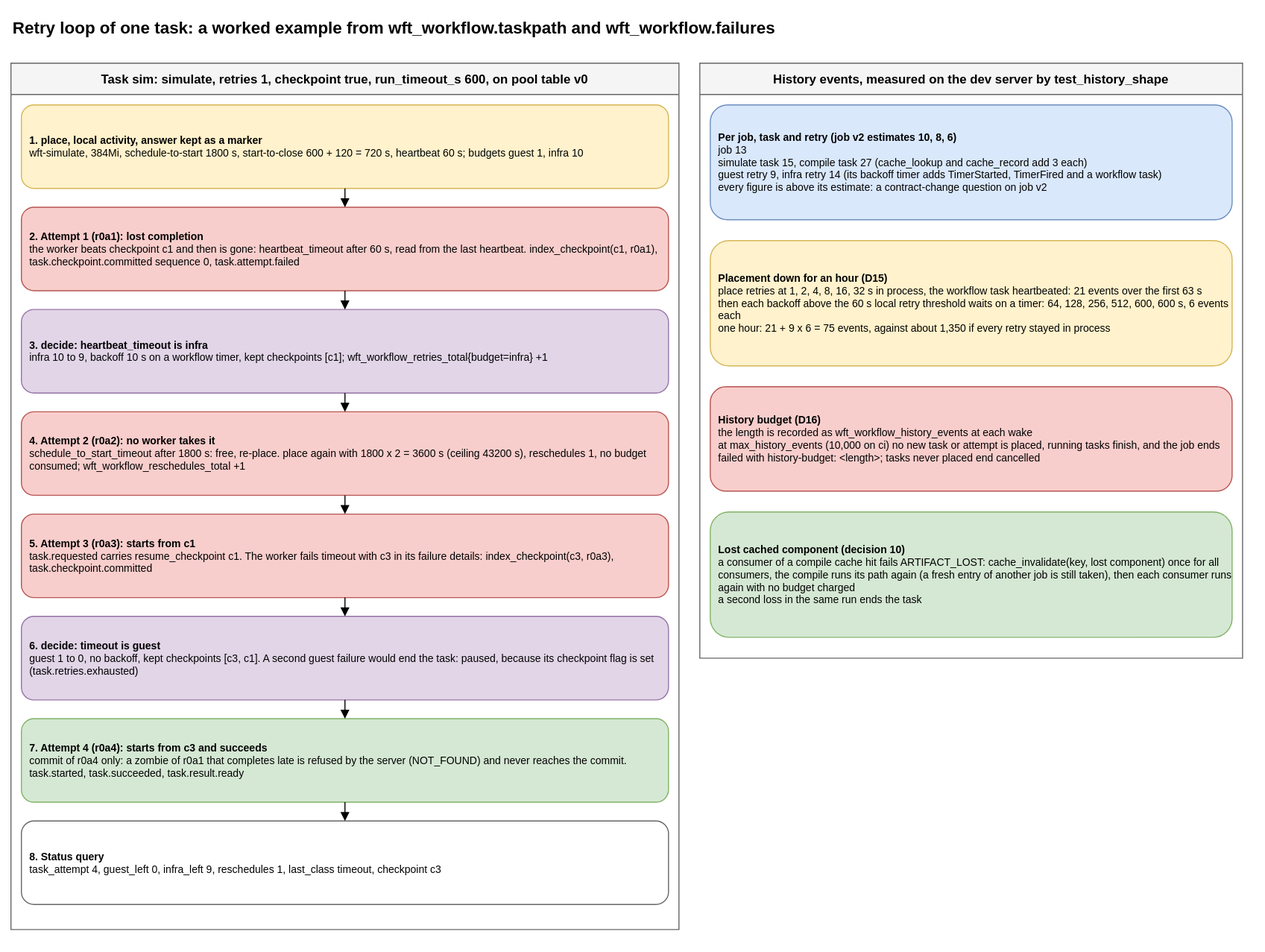
This is packages/workflow/retry-loop.drawio.svg from AndoNorth/disyard, a draw.io export, as it was before one commit. Source tidied: cells renumbered, new cells last; positions are measured from the earlier drawing's top-left corner, leaving out a move shared by most shapes.
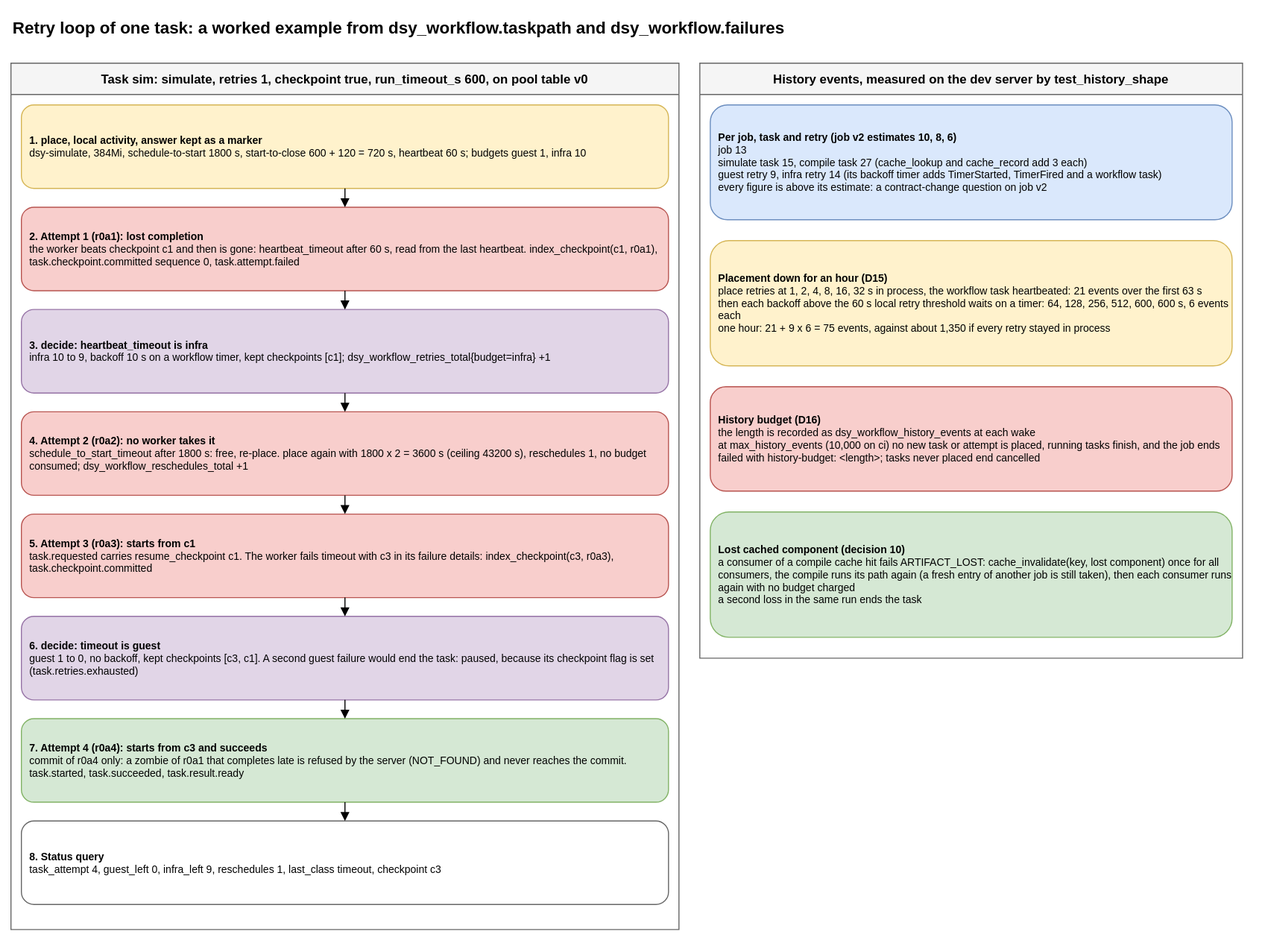
After the change.

What changed in the source:
```diff
@@ -2,13 +2,13 @@
   <root>
     <mxCell id="0" />
     <mxCell id="1" parent="0" />
-    <mxCell id="2" value="Retry loop of one task: a worked example from wft_workflow.taskpath and wft_workflow.failures" style="text;html=1;fontSize=16;fontStyle=1;align=left;" parent="1" vertex="1">
+    <mxCell id="2" value="Retry loop of one task: a worked example from dsy_workflow.taskpath and dsy_workflow.failures" style="text;html=1;fontSize=16;fontStyle=1;align=left;" parent="1" vertex="1">
       <mxGeometry width="1180" height="30" as="geometry" />
     </mxCell>
     <mxCell id="3" value="Task sim: simulate, retries 1, checkpoint true, run_timeout_s 600, on pool table v0" style="swimlane;startSize=30;fillColor=#f5f5f5;strokeColor=#666666;fontStyle=1;" parent="1" vertex="1">
       <mxGeometry y="50" width="640" height="830" as="geometry" />
     </mxCell>
-    <mxCell id="4" value="&lt;b&gt;1. place, local activity, answer kept as a marker&lt;/b&gt;&lt;br&gt;wft-simulate, 384Mi, schedule-to-start 1800 s, start-to-close 600 + 120 = 720 s, heartbeat 60 s; budgets guest 1, infra 10" style="rounded=1;whiteSpace=wrap;html=1;fillColor=#fff2cc;strokeColor=#d6b656;fontSize=10;align=left;spacingLeft=6;" parent="3" vertex="1">
+    <mxCell id="4" value="&lt;b&gt;1. place, local activity, answer kept as a marker&lt;/b&gt;&lt;br&gt;dsy-simulate, 384Mi, schedule-to-start 1800 s, start-to-close 600 + 120 = 720 s, heartbeat 60 s; budgets guest 1, infra 10" style="rounded=1;whiteSpace=wrap;html=1;fillColor=#fff2cc;strokeColor=#d6b656;fontSize=10;align=left;spacingLeft=6;" parent="3" vertex="1">
       <mxGeometry x="10" y="40" width="620" height="80" as="geometry" />
     </mxCell>
     <mxCell id="5" value="&lt;b&gt;2. Attempt 1 (r0a1): lost completion&lt;/b&gt;&lt;br&gt;the worker beats checkpoint c1 and then is gone: heartbeat_timeout after 60 s, read from the last heartbeat. index_checkpoint(c1, r0a1), task.checkpoint.committed sequence 0, task.attempt.failed" style="rounded=1;whiteSpace=wrap;html=1;fillColor=#f8cecc;strokeColor=#b85450;fontSize=10;align=left;spacingLeft=6;" parent="3" vertex="1">
@@ -17,13 +17,13 @@
     <mxCell id="6" style="endArrow=block;html=1;" parent="3" edge="1" source="4" target="5">
       <mxGeometry relative="1" as="geometry" />
     </mxCell>
-    <mxCell id="7" value="&lt;b&gt;3. decide: heartbeat_timeout is infra&lt;/b&gt;&lt;br&gt;infra 10 to 9, backoff 10 s on a workflow timer, kept checkpoints [c1]; wft_workflow_retries_total{budget=infra} +1" style="rounded=1;whiteSpace=wrap;html=1;fillColor=#e1d5e7;strokeColor=#9673a6;fontSize=10;align=left;spacingLeft=6;" parent="3" vertex="1">
+    <mxCell id="7" value="&lt;b&gt;3. decide: heartbeat_timeout is infra&lt;/b&gt;&lt;br&gt;infra 10 to 9, backoff 10 s on a workflow timer, kept checkpoints [c1]; dsy_workflow_retries_total{budget=infra} +1" style="rounded=1;whiteSpace=wrap;html=1;fillColor=#e1d5e7;strokeColor=#9673a6;fontSize=10;align=left;spacingLeft=6;" parent="3" vertex="1">
       <mxGeometry x="10" y="236" width="620" height="80" as="geometry" />
     </mxCell>
     <mxCell id="8" style="endArrow=block;html=1;" parent="3" edge="1" source="5" target="7">
       <mxGeometry relative="1" as="geometry" />
     </mxCell>
-    <mxCell id="9" value="&lt;b&gt;4. Attempt 2 (r0a2): no worker takes it&lt;/b&gt;&lt;br&gt;schedule_to_start_timeout after 1800 s: free, re-place. place again with 1800 x 2 = 3600 s (ceiling 43200 s), reschedules 1, no budget consumed; wft_workflow_reschedules_total +1" style="rounded=1;whiteSpace=wrap;html=1;fillColor=#f8cecc;strokeColor=#b85450;fontSize=10;align=left;spacingLeft=6;" parent="3" vertex="1">
+    <mxCell id="9" value="&lt;b&gt;4. Attempt 2 (r0a2): no worker takes it&lt;/b&gt;&lt;br&gt;schedule_to_start_timeout after 1800 s: free, re-place. place again with 1800 x 2 = 3600 s (ceiling 43200 s), reschedules 1, no budget consumed; dsy_workflow_reschedules_total +1" style="rounded=1;whiteSpace=wrap;html=1;fillColor=#f8cecc;strokeColor=#b85450;fontSize=10;align=left;spacingLeft=6;" parent="3" vertex="1">
       <mxGeometry x="10" y="334" width="620" height="80" as="geometry" />
     </mxCell>
     <mxCell id="10" style="endArrow=block;html=1;" parent="3" edge="1" source="7" target="9">
@@ -62,7 +62,7 @@
     <mxCell id="21" value="&lt;b&gt;Placement down for an hour (D15)&lt;/b&gt;&lt;br&gt;place retries at 1, 2, 4, 8, 16, 32 s in process, the workflow task heartbeated: 21 events over the first 63 s&lt;br&gt;then each backoff above the 60 s local retry threshold waits on a timer: 64, 128, 256, 512, 600, 600 s, 6 events each&lt;br&gt;one hour: 21 + 9 x 6 = 75 events, against about 1,350 if every retry stayed in process" style="rounded=1;whiteSpace=wrap;html=1;fillColor=#fff2cc;strokeColor=#d6b656;fontSize=10;align=left;spacingLeft=6;" parent="19" vertex="1">
       <mxGeometry x="10" y="170" width="500" height="120" as="geometry" />
     </mxCell>
-    <mxCell id="22" value="&lt;b&gt;History budget (D16)&lt;/b&gt;&lt;br&gt;the length is recorded as wft_workflow_history_events at each wake&lt;br&gt;at max_history_events (10,000 on ci) no new task or attempt is placed, running tasks finish, and the job ends failed with history-budget: &amp;lt;length&amp;gt;; tasks never placed end cancelled" style="rounded=1;whiteSpace=wrap;html=1;fillColor=#f8cecc;strokeColor=#b85450;fontSize=10;align=left;spacingLeft=6;" parent="19" vertex="1">
+    <mxCell id="22" value="&lt;b&gt;History budget (D16)&lt;/b&gt;&lt;br&gt;the length is recorded as dsy_workflow_history_events at each wake&lt;br&gt;at max_history_events (10,000 on ci) no new task or attempt is placed, running tasks finish, and the job ends failed with history-budget: &amp;lt;length&amp;gt;; tasks never placed end cancelled" style="rounded=1;whiteSpace=wrap;html=1;fillColor=#f8cecc;strokeColor=#b85450;fontSize=10;align=left;spacingLeft=6;" parent="19" vertex="1">
       <mxGeometry x="10" y="310" width="500" height="100" as="geometry" />
     </mxCell>
     <mxCell id="23" value="&lt;b&gt;Lost cached component (decision 10)&lt;/b&gt;&lt;br&gt;a consumer of a compile cache hit fails ARTIFACT_LOST: cache_invalidate(key, lost component) once for all consumers, the compile runs its path again (a fresh entry of another job is still taken), then each consumer runs again with no budget charged&lt;br&gt;a second loss in the same run ends the task" style="rounded=1;whiteSpace=wrap;html=1;fillColor=#d5e8d4;strokeColor=#82b366;fontSize=10;align=left;spacingLeft=6;" parent="19" vertex="1">
```
